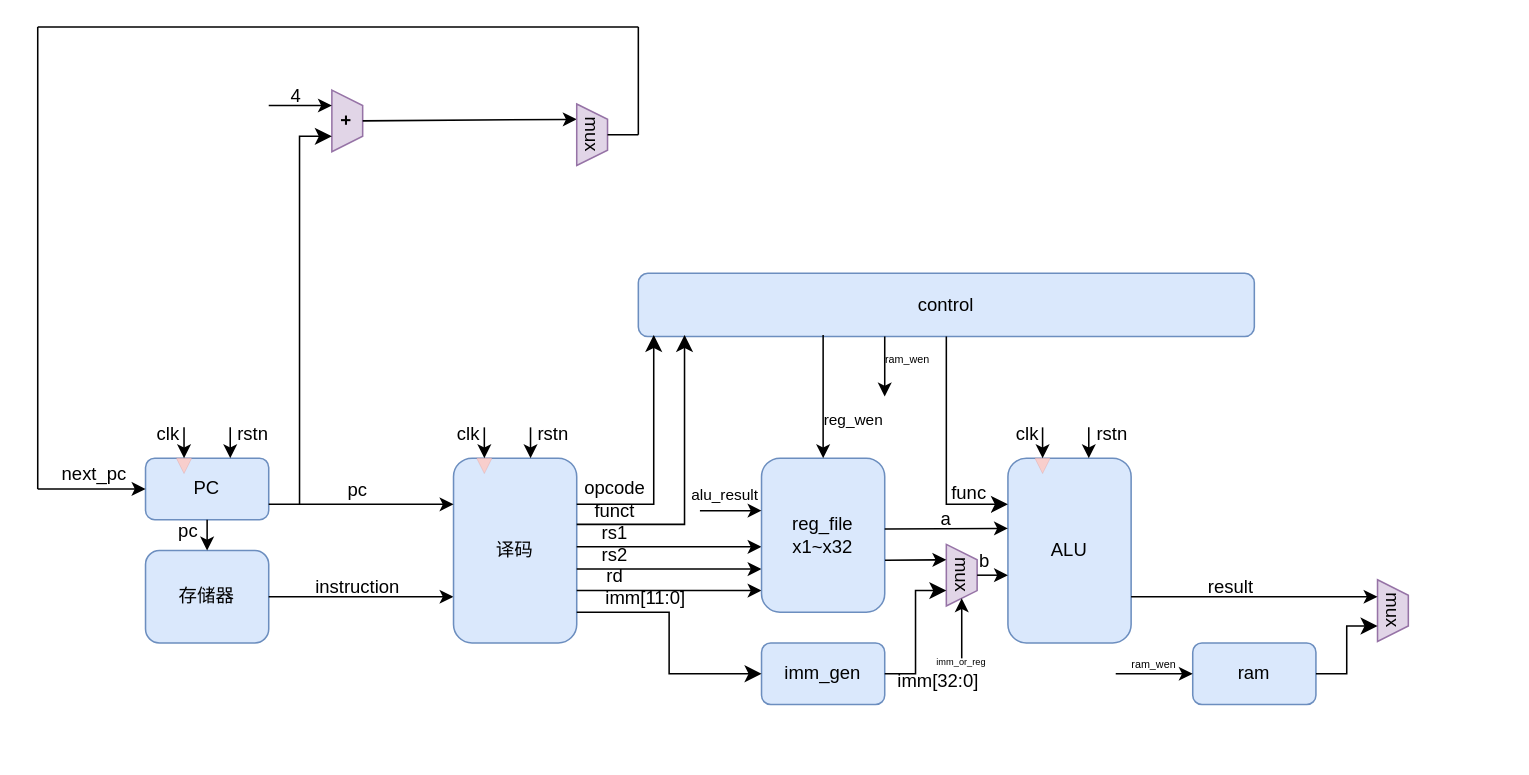
This is riscv.drawio from youmiwei/drawio, a draw.io file, before an edit. Source tidied: cells renumbered, new cells numbered last; positions are measured from the earlier drawing's top-left corner, leaving out a move shared by most shapes. Both pictures are drawn from the tidied source at 154%, with x=0, y=0 at pixel (37, 26).
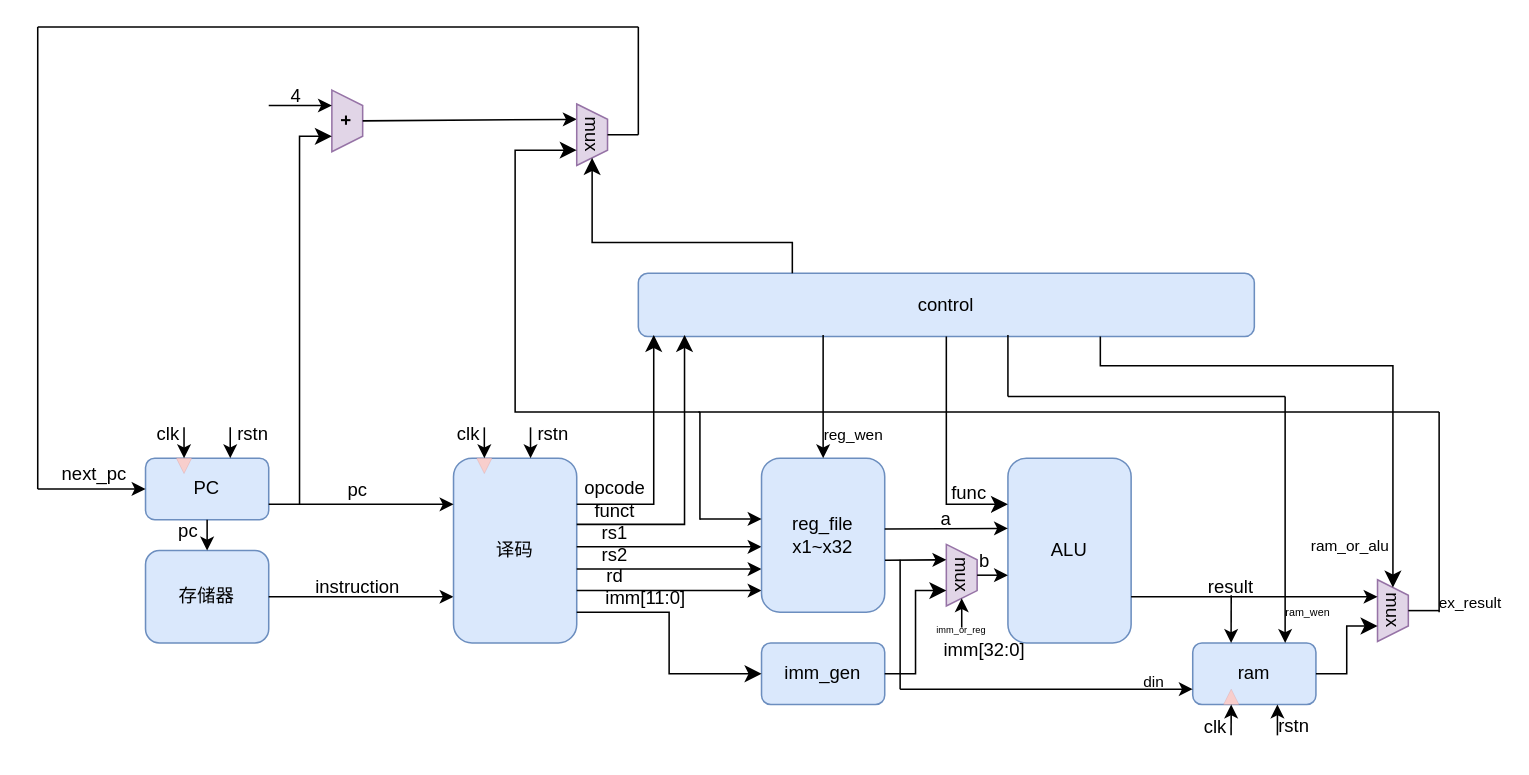
Above is the later version.

Unchanged cells that the change refers to:
```xml
<mxCell id="38" value="control" style="rounded=1;whiteSpace=wrap;html=1;fillColor=#dae8fc;strokeColor=#6c8ebf;" parent="1" vertex="1">
  <mxGeometry x="390" y="160" width="400" height="41" as="geometry" />
</mxCell>
<mxCell id="41" value="mux" style="shape=trapezoid;perimeter=trapezoidPerimeter;whiteSpace=wrap;html=1;fixedSize=1;size=10;rotation=90;fillColor=#e1d5e7;strokeColor=#9673a6;align=center;" parent="1" vertex="1">
  <mxGeometry x="580" y="346" width="40" height="20" as="geometry" />
</mxCell>
<mxCell id="61" value="mux" style="shape=trapezoid;perimeter=trapezoidPerimeter;whiteSpace=wrap;html=1;fixedSize=1;size=10;rotation=90;fillColor=#e1d5e7;strokeColor=#9673a6;align=center;" parent="1" vertex="1">
  <mxGeometry x="340" y="60" width="40" height="20" as="geometry" />
</mxCell>
<mxCell id="66" value="ram" style="rounded=1;whiteSpace=wrap;html=1;fillColor=#dae8fc;strokeColor=#6c8ebf;" parent="1" vertex="1">
  <mxGeometry x="750" y="400" width="80" height="40" as="geometry" />
</mxCell>
<mxCell id="67" value="mux" style="shape=trapezoid;perimeter=trapezoidPerimeter;whiteSpace=wrap;html=1;fixedSize=1;size=10;rotation=90;fillColor=#e1d5e7;strokeColor=#9673a6;align=center;" parent="1" vertex="1">
  <mxGeometry x="860" y="369" width="40" height="20" as="geometry" />
</mxCell>
```

The edit, as a diff of the source:
```diff
@@
     <mxCell id="46" value="imm[32:0]" style="text;html=1;align=center;verticalAlign=middle;whiteSpace=wrap;rounded=0;" parent="1" vertex="1">
-      <mxGeometry x="550" y="420" width="70" height="10" as="geometry" />
+      <mxGeometry x="580" y="400" width="70" height="10" as="geometry" />
     </mxCell>
@@
-    <mxCell id="51" style="triangle;whiteSpace=wrap;html=1;rotation=90;fillColor=#f8cecc;strokeColor=#b85450;strokeWidth=0;" parent="1" vertex="1">
-      <mxGeometry x="647.5" y="280" width="10" height="10" as="geometry" />
-    </mxCell>
-    <mxCell id="52" style="endArrow=classic;html=1;rounded=0;entryX=0;entryY=0.5;entryDx=0;entryDy=0;" parent="1" edge="1" target="51">
-      <mxGeometry relative="1" as="geometry">
-        <mxPoint x="652.5" y="260" as="sourcePoint" />
-      </mxGeometry>
-    </mxCell>
-    <mxCell id="53" value="clk" style="text;html=1;align=center;verticalAlign=middle;whiteSpace=wrap;rounded=0;" parent="1" vertex="1">
-      <mxGeometry x="627.5" y="260" width="30" height="10" as="geometry" />
-    </mxCell>
-    <mxCell id="54" style="endArrow=classic;html=1;rounded=0;entryX=0;entryY=0.5;entryDx=0;entryDy=0;" parent="1" edge="1">
-      <mxGeometry relative="1" as="geometry">
-        <mxPoint x="682.5" y="260" as="sourcePoint" />
-        <mxPoint x="682.5" y="280" as="targetPoint" />
-      </mxGeometry>
-    </mxCell>
-    <mxCell id="55" value="rstn" style="text;html=1;align=center;verticalAlign=middle;whiteSpace=wrap;rounded=0;" parent="1" vertex="1">
-      <mxGeometry x="682.5" y="260" width="30" height="10" as="geometry" />
-    </mxCell>
@@
     <mxCell id="58" style="endArrow=classic;html=1;rounded=0;entryX=1;entryY=0.5;entryDx=0;entryDy=0;" parent="1" edge="1" target="41">
       <mxGeometry relative="1" as="geometry">
-        <mxPoint x="600" y="410" as="sourcePoint" />
+        <mxPoint x="600" y="390" as="sourcePoint" />
       </mxGeometry>
     </mxCell>
     <mxCell id="59" value="&lt;font style=&quot;font-size: 6px;&quot;&gt;imm_or_reg&lt;/font&gt;" style="text;html=1;align=center;verticalAlign=middle;whiteSpace=wrap;rounded=0;" parent="1" vertex="1">
-      <mxGeometry x="585" y="410" width="30" as="geometry" />
+      <mxGeometry x="585" y="389" width="30" as="geometry" />
     </mxCell>
@@
     <mxCell id="69" value="&lt;font style=&quot;font-size: 10px;&quot;&gt;reg_wen&lt;/font&gt;" style="text;html=1;align=center;verticalAlign=middle;whiteSpace=wrap;rounded=0;" parent="1" vertex="1">
-      <mxGeometry x="510" y="250" width="40" height="10" as="geometry" />
+      <mxGeometry x="510" y="260" width="40" height="10" as="geometry" />
     </mxCell>
-    <mxCell id="70" style="endArrow=classic;html=1;rounded=0;" parent="1" edge="1">
-      <mxGeometry relative="1" as="geometry">
-        <mxPoint x="550" y="201" as="sourcePoint" />
-        <mxPoint x="550" y="240" as="targetPoint" />
-      </mxGeometry>
-    </mxCell>
-    <mxCell id="71" value="&lt;font style=&quot;font-size: 7px;&quot;&gt;ram_wen&lt;/font&gt;" style="text;html=1;align=center;verticalAlign=middle;whiteSpace=wrap;rounded=0;" parent="1" vertex="1">
-      <mxGeometry x="550" y="210" width="30" height="10" as="geometry" />
-    </mxCell>
-    <mxCell id="72" style="endArrow=classic;html=1;rounded=0;entryX=0;entryY=0.5;entryDx=0;entryDy=0;" parent="1" edge="1" target="66">
+    <mxCell id="72" style="endArrow=classic;html=1;rounded=0;entryX=0.75;entryY=0;entryDx=0;entryDy=0;" parent="1" edge="1" target="66">
       <mxGeometry relative="1" as="geometry">
-        <mxPoint x="700" y="420" as="sourcePoint" />
+        <mxPoint x="810" y="240" as="sourcePoint" />
       </mxGeometry>
     </mxCell>
     <mxCell id="73" value="&lt;font style=&quot;font-size: 7px;&quot;&gt;ram_wen&lt;/font&gt;" style="text;html=1;align=center;verticalAlign=middle;whiteSpace=wrap;rounded=0;" parent="1" vertex="1">
-      <mxGeometry x="710" y="410" width="30" height="5" as="geometry" />
+      <mxGeometry x="810" y="374" width="30" height="10" as="geometry" />
     </mxCell>
@@
     <mxCell id="77" style="endArrow=classic;html=1;rounded=0;entryX=0.25;entryY=1;entryDx=0;entryDy=0;exitX=1.002;exitY=0.663;exitDx=0;exitDy=0;exitPerimeter=0;" parent="1" edge="1">
       <mxGeometry relative="1" as="geometry">
-        <mxPoint x="430" y="314.1" as="sourcePoint" />
-        <mxPoint x="470" y="314.1" as="targetPoint" />
+        <mxPoint x="430" y="319.5" as="sourcePoint" />
+        <mxPoint x="470" y="319.5" as="targetPoint" />
       </mxGeometry>
     </mxCell>
-    <mxCell id="78" value="&lt;font style=&quot;font-size: 10px;&quot;&gt;alu_result&lt;/font&gt;" style="text;html=1;align=center;verticalAlign=middle;whiteSpace=wrap;rounded=0;" parent="1" vertex="1">
-      <mxGeometry x="426" y="298.6" width="41" height="10" as="geometry" />
+    <mxCell id="78" value="&lt;font style=&quot;font-size: 10px;&quot;&gt;ex_result&lt;/font&gt;" style="text;html=1;align=center;verticalAlign=middle;whiteSpace=wrap;rounded=0;" parent="1" vertex="1">
+      <mxGeometry x="910" y="369" width="41" height="10" as="geometry" />
     </mxCell>
+    <mxCell id="79" style="triangle;whiteSpace=wrap;html=1;rotation=90;fillColor=#f8cecc;strokeColor=#b85450;strokeWidth=0;direction=west;" parent="1" vertex="1">
+      <mxGeometry x="770" y="430" width="10" height="10" as="geometry" />
+    </mxCell>
+    <mxCell id="80" style="endArrow=classic;html=1;rounded=0;entryX=0;entryY=0.5;entryDx=0;entryDy=0;exitX=0;exitY=0.5;exitDx=0;exitDy=0;" parent="1" edge="1" target="79">
+      <mxGeometry relative="1" as="geometry">
+        <mxPoint x="774.9" y="460" as="sourcePoint" />
+      </mxGeometry>
+    </mxCell>
+    <mxCell id="53" value="clk" style="text;html=1;align=center;verticalAlign=middle;whiteSpace=wrap;rounded=0;direction=east;" parent="1" vertex="1">
+      <mxGeometry x="750" y="450" width="30" height="10" as="geometry" />
+    </mxCell>
+    <mxCell id="81" style="endArrow=classic;html=1;rounded=0;" parent="1" edge="1">
+      <mxGeometry relative="1" as="geometry">
+        <mxPoint x="805" y="460" as="sourcePoint" />
+        <mxPoint x="805" y="440" as="targetPoint" />
+      </mxGeometry>
+    </mxCell>
+    <mxCell id="55" value="rstn" style="text;html=1;align=center;verticalAlign=middle;whiteSpace=wrap;rounded=0;direction=east;" parent="1" vertex="1">
+      <mxGeometry x="801" y="449" width="30" height="10" as="geometry" />
+    </mxCell>
+    <mxCell id="82" style="endArrow=classic;html=1;rounded=0;" parent="1" edge="1">
+      <mxGeometry relative="1" as="geometry">
+        <mxPoint x="775" y="369" as="sourcePoint" />
+        <mxPoint x="774.9" y="400" as="targetPoint" />
+      </mxGeometry>
+    </mxCell>
+    <mxCell id="83" style="endArrow=classic;html=1;rounded=0;entryX=0;entryY=0.75;entryDx=0;entryDy=0;" parent="1" edge="1" target="66">
+      <mxGeometry relative="1" as="geometry">
+        <mxPoint x="560" y="430" as="sourcePoint" />
+      </mxGeometry>
+    </mxCell>
+    <mxCell id="84" value="&lt;font style=&quot;font-size: 10px;&quot;&gt;din&lt;/font&gt;" style="text;html=1;align=center;verticalAlign=middle;whiteSpace=wrap;rounded=0;" parent="1" vertex="1">
+      <mxGeometry x="710" y="422" width="30" height="5" as="geometry" />
+    </mxCell>
+    <mxCell id="85" style="endArrow=none;html=1;rounded=0;" parent="1" edge="1">
+      <mxGeometry relative="1" as="geometry">
+        <mxPoint x="560" y="430" as="sourcePoint" />
+        <mxPoint x="560" y="346" as="targetPoint" />
+      </mxGeometry>
+    </mxCell>
+    <mxCell id="86" style="edgeStyle=elbowEdgeStyle;elbow=vertical;endArrow=classic;html=1;curved=0;rounded=0;endSize=8;startSize=8;exitX=0.25;exitY=0;exitDx=0;exitDy=0;entryX=1;entryY=0.5;entryDx=0;entryDy=0;" parent="1" edge="1" source="38" target="61">
+      <mxGeometry relative="1" as="geometry">
+        <Array as="points">
+          <mxPoint x="440" y="140" />
+        </Array>
+      </mxGeometry>
+    </mxCell>
+    <mxCell id="87" style="endArrow=none;html=1;rounded=0;" parent="1" edge="1">
+      <mxGeometry relative="1" as="geometry">
+        <mxPoint x="630" y="240" as="sourcePoint" />
+        <mxPoint x="810" y="240" as="targetPoint" />
+      </mxGeometry>
+    </mxCell>
+    <mxCell id="88" style="endArrow=none;html=1;rounded=0;" parent="1" edge="1">
+      <mxGeometry relative="1" as="geometry">
+        <mxPoint x="630" y="240" as="sourcePoint" />
+        <mxPoint x="630" y="200" as="targetPoint" />
+      </mxGeometry>
+    </mxCell>
+    <mxCell id="89" style="endArrow=none;html=1;rounded=0;exitX=0.5;exitY=0;exitDx=0;exitDy=0;" parent="1" edge="1" source="67">
+      <mxGeometry relative="1" as="geometry">
+        <mxPoint x="910" y="379" as="targetPoint" />
+      </mxGeometry>
+    </mxCell>
+    <mxCell id="90" style="endArrow=none;html=1;rounded=0;" parent="1" edge="1">
+      <mxGeometry relative="1" as="geometry">
+        <mxPoint x="910" y="380" as="sourcePoint" />
+        <mxPoint x="910" y="250" as="targetPoint" />
+      </mxGeometry>
+    </mxCell>
+    <mxCell id="91" style="endArrow=none;html=1;rounded=0;" parent="1" edge="1">
+      <mxGeometry relative="1" as="geometry">
+        <mxPoint x="429" y="250" as="sourcePoint" />
+        <mxPoint x="910" y="250" as="targetPoint" />
+      </mxGeometry>
+    </mxCell>
+    <mxCell id="92" style="endArrow=none;html=1;rounded=0;" parent="1" edge="1">
+      <mxGeometry relative="1" as="geometry">
+        <mxPoint x="430" y="320" as="sourcePoint" />
+        <mxPoint x="430" y="250" as="targetPoint" />
+      </mxGeometry>
+    </mxCell>
+    <mxCell id="93" style="edgeStyle=elbowEdgeStyle;elbow=horizontal;endArrow=classic;html=1;curved=0;rounded=0;endSize=8;startSize=8;entryX=0.75;entryY=1;entryDx=0;entryDy=0;" parent="1" edge="1" target="61">
+      <mxGeometry relative="1" as="geometry">
+        <mxPoint x="430" y="250" as="sourcePoint" />
+        <Array as="points">
+          <mxPoint x="310" y="170" />
+        </Array>
+      </mxGeometry>
+    </mxCell>
+    <mxCell id="94" style="edgeStyle=elbowEdgeStyle;elbow=vertical;endArrow=classic;html=1;curved=0;rounded=0;endSize=8;startSize=8;exitX=0.75;exitY=1;exitDx=0;exitDy=0;entryX=0;entryY=0.5;entryDx=0;entryDy=0;" parent="1" edge="1" source="38" target="67">
+      <mxGeometry relative="1" as="geometry">
+        <Array as="points">
+          <mxPoint x="780" y="220" />
+        </Array>
+      </mxGeometry>
+    </mxCell>
+    <mxCell id="95" value="&lt;font style=&quot;font-size: 10px;&quot;&gt;ram_or_alu&lt;/font&gt;" style="text;html=1;align=center;verticalAlign=middle;strokeColor=none;fillColor=none;" parent="1" vertex="1">
+      <mxGeometry x="817" y="322" width="70" height="30" as="geometry" />
+    </mxCell>
```
